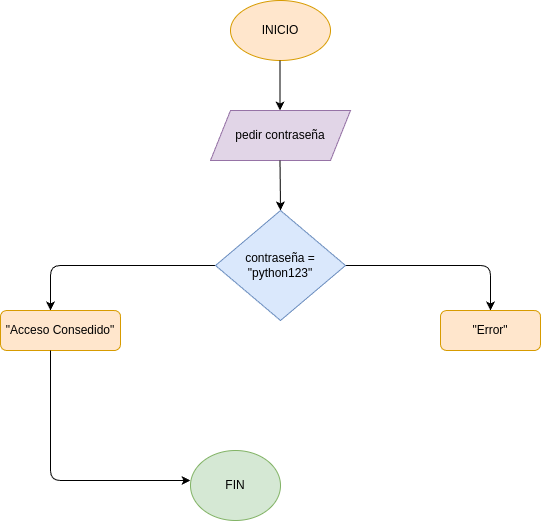
The draw.io diagram ejercicio_1/diagrama.png in mariagomez1-hub/Taller_instrucci-n_repetitiva_while, before a commit. Source tidied: cells renumbered, new cells last; positions are measured from the earlier drawing's top-left corner, leaving out a move shared by most shapes. Its diagram source:
```xml
<mxGraphModel>
  <root>
    <mxCell id="0" />
    <mxCell id="1" parent="0" />
    <mxCell id="2" value="INICIO" style="ellipse;whiteSpace=wrap;html=1;fillColor=#ffe6cc;strokeColor=#d79b00;" parent="1" vertex="1">
      <mxGeometry x="230" width="100" height="60" as="geometry" />
    </mxCell>
    <mxCell id="3" style="endArrow=classic;html=1;" parent="1" edge="1">
      <mxGeometry relative="1" as="geometry">
        <mxPoint x="279.5" y="60" as="sourcePoint" />
        <mxPoint x="279.5" y="110" as="targetPoint" />
      </mxGeometry>
    </mxCell>
    <mxCell id="4" value="pedir contraseña" style="shape=parallelogram;perimeter=parallelogramPerimeter;whiteSpace=wrap;html=1;fixedSize=1;fillColor=#e1d5e7;strokeColor=#9673a6;" parent="1" vertex="1">
      <mxGeometry x="210" y="110" width="140" height="50" as="geometry" />
    </mxCell>
    <mxCell id="5" style="endArrow=classic;html=1;" parent="1" edge="1">
      <mxGeometry relative="1" as="geometry">
        <mxPoint x="279.5" y="160" as="sourcePoint" />
        <mxPoint x="280" y="210" as="targetPoint" />
      </mxGeometry>
    </mxCell>
    <mxCell id="6" style="edgeStyle=none;html=1;" parent="1" edge="1" source="8">
      <mxGeometry relative="1" as="geometry">
        <mxPoint x="490" y="310" as="targetPoint" />
        <Array as="points">
          <mxPoint x="490" y="265" />
        </Array>
      </mxGeometry>
    </mxCell>
    <mxCell id="7" style="edgeStyle=none;html=1;" parent="1" edge="1" source="8">
      <mxGeometry relative="1" as="geometry">
        <mxPoint x="50" y="310" as="targetPoint" />
        <Array as="points">
          <mxPoint x="50" y="265" />
        </Array>
      </mxGeometry>
    </mxCell>
    <mxCell id="8" value="contraseña = &quot;python123&quot;" style="rhombus;whiteSpace=wrap;html=1;fillColor=#dae8fc;strokeColor=#6c8ebf;" parent="1" vertex="1">
      <mxGeometry x="215" y="210" width="130" height="110" as="geometry" />
    </mxCell>
    <mxCell id="9" value="&quot;Error&quot;" style="rounded=1;whiteSpace=wrap;html=1;fillColor=#ffe6cc;strokeColor=#d79b00;" parent="1" vertex="1">
      <mxGeometry x="440" y="310" width="100" height="40" as="geometry" />
    </mxCell>
    <mxCell id="10" value="&quot;Acceso Consedido&quot;" style="rounded=1;whiteSpace=wrap;html=1;fillColor=#ffe6cc;strokeColor=#d79b00;" parent="1" vertex="1">
      <mxGeometry y="310" width="120" height="40" as="geometry" />
    </mxCell>
    <mxCell id="11" style="endArrow=classic;html=1;" parent="1" edge="1">
      <mxGeometry relative="1" as="geometry">
        <mxPoint x="50" y="350" as="sourcePoint" />
        <mxPoint x="190" y="480" as="targetPoint" />
        <Array as="points">
          <mxPoint x="50" y="480" />
        </Array>
      </mxGeometry>
    </mxCell>
    <mxCell id="12" value="FIN" style="ellipse;whiteSpace=wrap;html=1;fillColor=#d5e8d4;strokeColor=#82b366;" parent="1" vertex="1">
      <mxGeometry x="190" y="450" width="90" height="70" as="geometry" />
    </mxCell>
  </root>
</mxGraphModel>
```
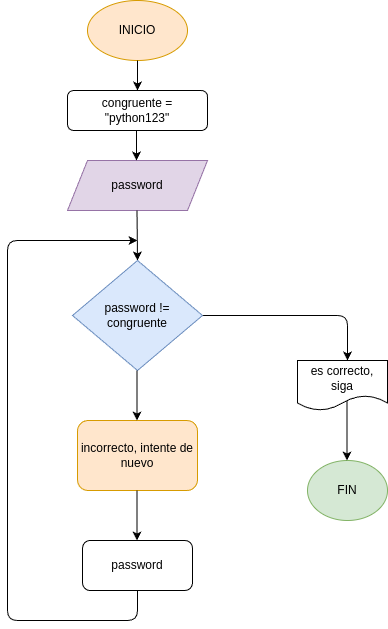
Above is the later version.

What changed in the source:
```diff
@@ -3,15 +3,15 @@
     <mxCell id="0" />
     <mxCell id="1" parent="0" />
     <mxCell id="2" value="INICIO" style="ellipse;whiteSpace=wrap;html=1;fillColor=#ffe6cc;strokeColor=#d79b00;" parent="1" vertex="1">
-      <mxGeometry x="230" width="100" height="60" as="geometry" />
+      <mxGeometry x="230" y="-50" width="100" height="60" as="geometry" />
     </mxCell>
     <mxCell id="3" style="endArrow=classic;html=1;" parent="1" edge="1">
       <mxGeometry relative="1" as="geometry">
-        <mxPoint x="279.5" y="60" as="sourcePoint" />
-        <mxPoint x="279.5" y="110" as="targetPoint" />
+        <mxPoint x="280" y="10" as="sourcePoint" />
+        <mxPoint x="280" y="40" as="targetPoint" />
       </mxGeometry>
     </mxCell>
-    <mxCell id="4" value="pedir contraseña" style="shape=parallelogram;perimeter=parallelogramPerimeter;whiteSpace=wrap;html=1;fixedSize=1;fillColor=#e1d5e7;strokeColor=#9673a6;" parent="1" vertex="1">
+    <mxCell id="4" value="password" style="shape=parallelogram;perimeter=parallelogramPerimeter;whiteSpace=wrap;html=1;fixedSize=1;fillColor=#e1d5e7;strokeColor=#9673a6;" parent="1" vertex="1">
       <mxGeometry x="210" y="110" width="140" height="50" as="geometry" />
     </mxCell>
     <mxCell id="5" style="endArrow=classic;html=1;" parent="1" edge="1">
@@ -28,34 +28,57 @@
         </Array>
       </mxGeometry>
     </mxCell>
-    <mxCell id="7" style="edgeStyle=none;html=1;" parent="1" edge="1" source="8">
-      <mxGeometry relative="1" as="geometry">
-        <mxPoint x="50" y="310" as="targetPoint" />
-        <Array as="points">
-          <mxPoint x="50" y="265" />
-        </Array>
-      </mxGeometry>
-    </mxCell>
-    <mxCell id="8" value="contraseña = &quot;python123&quot;" style="rhombus;whiteSpace=wrap;html=1;fillColor=#dae8fc;strokeColor=#6c8ebf;" parent="1" vertex="1">
+    <mxCell id="8" value="password !=&lt;div&gt;congruente&lt;/div&gt;" style="rhombus;whiteSpace=wrap;html=1;fillColor=#dae8fc;strokeColor=#6c8ebf;" parent="1" vertex="1">
       <mxGeometry x="215" y="210" width="130" height="110" as="geometry" />
     </mxCell>
-    <mxCell id="9" value="&quot;Error&quot;" style="rounded=1;whiteSpace=wrap;html=1;fillColor=#ffe6cc;strokeColor=#d79b00;" parent="1" vertex="1">
-      <mxGeometry x="440" y="310" width="100" height="40" as="geometry" />
+    <mxCell id="9" value="incorrecto, intente de nuevo" style="rounded=1;whiteSpace=wrap;html=1;fillColor=#ffe6cc;strokeColor=#d79b00;" parent="1" vertex="1">
+      <mxGeometry x="220" y="370" width="120" height="70" as="geometry" />
     </mxCell>
-    <mxCell id="10" value="&quot;Acceso Consedido&quot;" style="rounded=1;whiteSpace=wrap;html=1;fillColor=#ffe6cc;strokeColor=#d79b00;" parent="1" vertex="1">
-      <mxGeometry y="310" width="120" height="40" as="geometry" />
-    </mxCell>
-    <mxCell id="11" style="endArrow=classic;html=1;" parent="1" edge="1">
+    <mxCell id="11" style="endArrow=classic;html=1;exitX=0.5;exitY=1;exitDx=0;exitDy=0;" parent="1" edge="1" source="19">
       <mxGeometry relative="1" as="geometry">
-        <mxPoint x="50" y="350" as="sourcePoint" />
-        <mxPoint x="190" y="480" as="targetPoint" />
+        <mxPoint x="280" y="190" as="targetPoint" />
         <Array as="points">
-          <mxPoint x="50" y="480" />
+          <mxPoint x="280" y="570" />
+          <mxPoint x="150" y="570" />
+          <mxPoint x="150" y="190" />
         </Array>
       </mxGeometry>
     </mxCell>
     <mxCell id="12" value="FIN" style="ellipse;whiteSpace=wrap;html=1;fillColor=#d5e8d4;strokeColor=#82b366;" parent="1" vertex="1">
-      <mxGeometry x="190" y="450" width="90" height="70" as="geometry" />
+      <mxGeometry x="450" y="410" width="80" height="60" as="geometry" />
     </mxCell>
+    <mxCell id="13" style="endArrow=classic;html=1;" parent="1" edge="1">
+      <mxGeometry relative="1" as="geometry">
+        <mxPoint x="489.5" y="350" as="sourcePoint" />
+        <mxPoint x="489.5" y="410" as="targetPoint" />
+      </mxGeometry>
+    </mxCell>
+    <mxCell id="14" value="congruente = &quot;python123&quot;" style="rounded=1;whiteSpace=wrap;html=1;" parent="1" vertex="1">
+      <mxGeometry x="210" y="40" width="140" height="40" as="geometry" />
+    </mxCell>
+    <mxCell id="15" style="endArrow=classic;html=1;" parent="1" edge="1">
+      <mxGeometry relative="1" as="geometry">
+        <mxPoint x="279" y="80" as="sourcePoint" />
+        <mxPoint x="279" y="110" as="targetPoint" />
+      </mxGeometry>
+    </mxCell>
+    <mxCell id="16" value="es correcto, siga" style="shape=document;whiteSpace=wrap;html=1;boundedLbl=1;" parent="1" vertex="1">
+      <mxGeometry x="440" y="310" width="90" height="50" as="geometry" />
+    </mxCell>
+    <mxCell id="17" style="endArrow=classic;html=1;" parent="1" edge="1">
+      <mxGeometry relative="1" as="geometry">
+        <mxPoint x="279.5" y="320" as="sourcePoint" />
+        <mxPoint x="279.5" y="370" as="targetPoint" />
+      </mxGeometry>
+    </mxCell>
+    <mxCell id="18" style="endArrow=classic;html=1;" parent="1" edge="1">
+      <mxGeometry relative="1" as="geometry">
+        <mxPoint x="279.5" y="440" as="sourcePoint" />
+        <mxPoint x="279.5" y="490" as="targetPoint" />
+      </mxGeometry>
+    </mxCell>
+    <mxCell id="19" value="password" style="rounded=1;whiteSpace=wrap;html=1;" parent="1" vertex="1">
+      <mxGeometry x="225" y="490" width="110" height="50" as="geometry" />
+    </mxCell>
   </root>
 </mxGraphModel>
```
